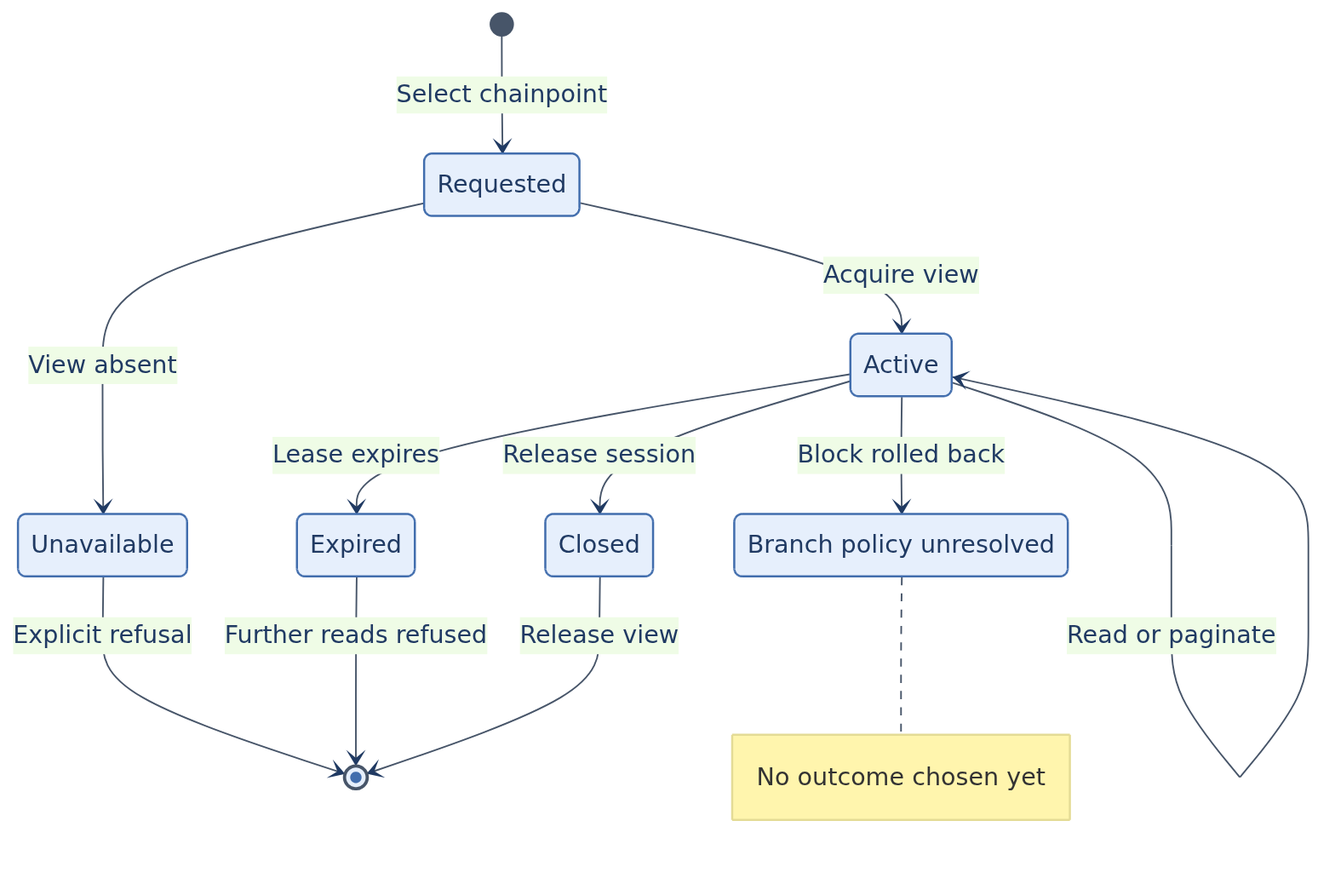
This is docs/diagrams/session.png from lambdasistemi/lockness, a Mermaid export, as it was before one commit. Its source is kept beside it as docs/diagrams/session.mmd. The source it was exported from:
```mermaid
---
config:
  theme: base
  themeVariables:
    fontFamily: "Helvetica, Arial, sans-serif"
    fontSize: "15px"
    primaryColor: "#e6effc"
    primaryBorderColor: "#416dad"
    primaryTextColor: "#203a63"
    lineColor: "#475569"
---
stateDiagram-v2
    direction TB
    [*] --> Requested: Select chainpoint
    Requested --> Active: Acquire view
    Requested --> Unavailable: View absent
    Active --> Active: Read or paginate
    Active --> Expired: Lease expires
    Active --> Closed: Release session
    Active --> BranchDecision: Block rolled back
    state "Branch policy unresolved" as BranchDecision
    Unavailable --> [*]: Explicit refusal
    Expired --> [*]: Further reads refused
    Closed --> [*]: Release view
    note right of BranchDecision
      No outcome chosen yet
    end note
```
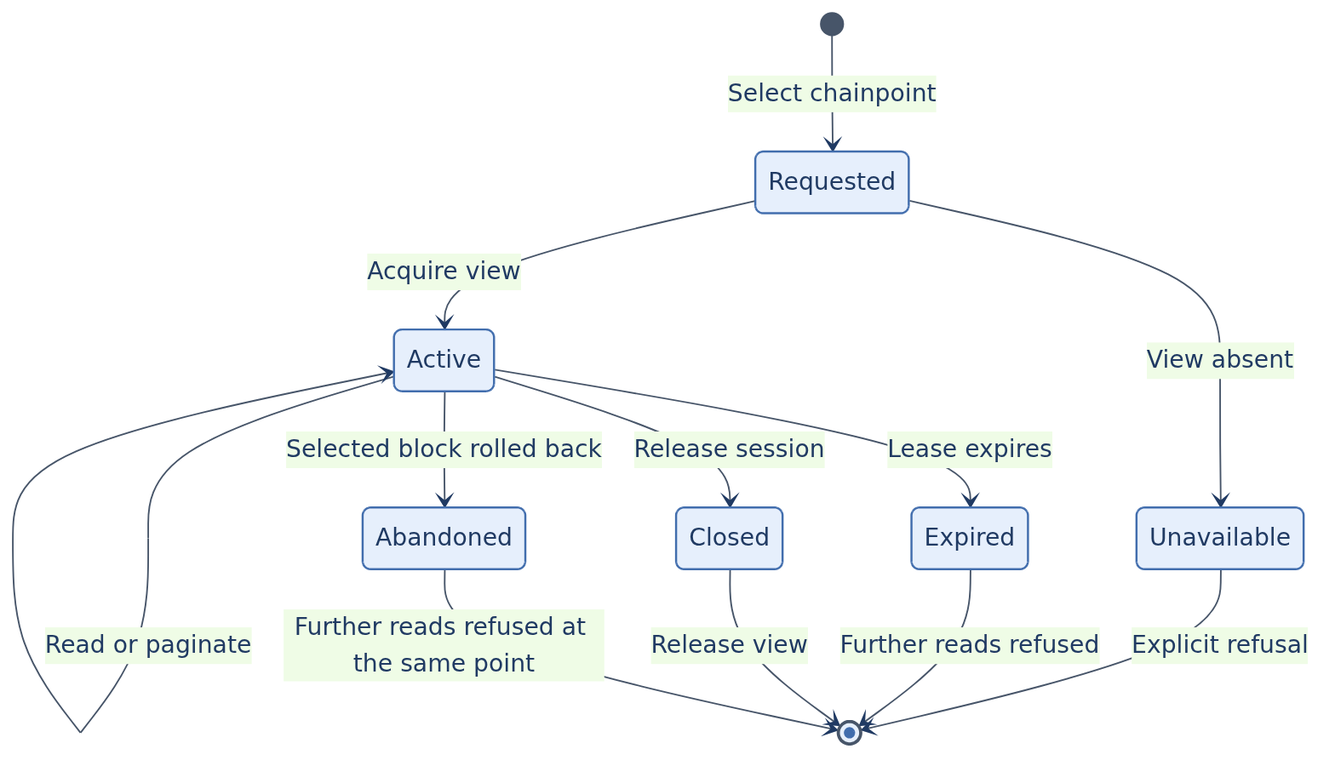
After the change.

Change to the diagram source:
```diff
@@ -17,11 +17,8 @@
     Active --> Active: Read or paginate
     Active --> Expired: Lease expires
     Active --> Closed: Release session
-    Active --> BranchDecision: Block rolled back
-    state "Branch policy unresolved" as BranchDecision
+    Active --> Abandoned: Selected block rolled back
     Unavailable --> [*]: Explicit refusal
     Expired --> [*]: Further reads refused
     Closed --> [*]: Release view
-    note right of BranchDecision
-      No outcome chosen yet
-    end note
+    Abandoned --> [*]: Further reads refused at the same point
```
